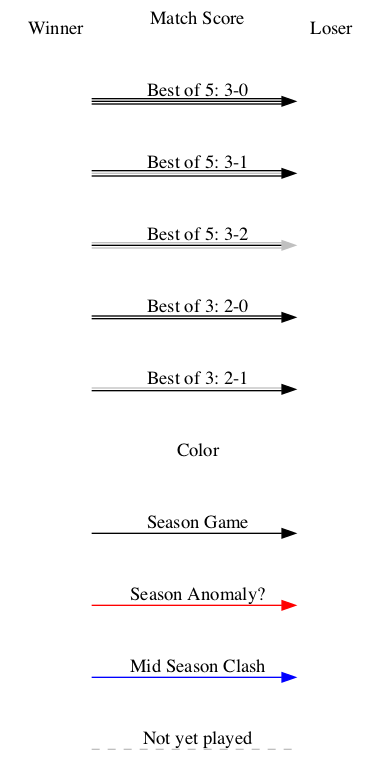
The Graphviz diagram renders/legend.png in jpmarcotte/hgc-league-graphs, before a commit. Its source is kept beside it as graphs/legend.dot.
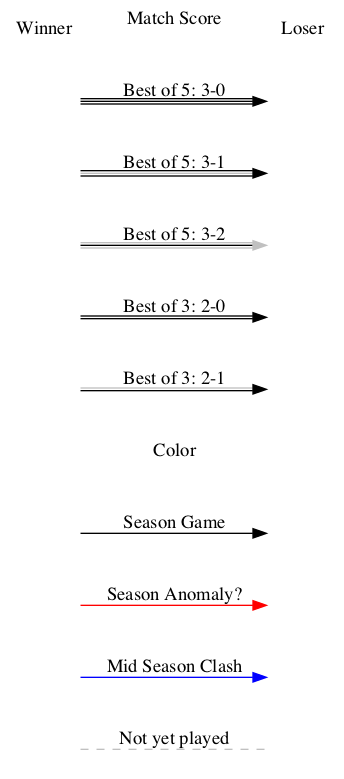
After the change.

Commit message:
Proper invisible nodes

What changed in the source:
```diff
@@ -1,5 +1,5 @@
 digraph legend {
-	node [ color="white" label="" ]
+	node [ shape="none" label="" ]
 	rankdir="LR";
 
 	v	->	w	[ color="gray" style="dashed" dir="none" label="Not yet played" ]
```
